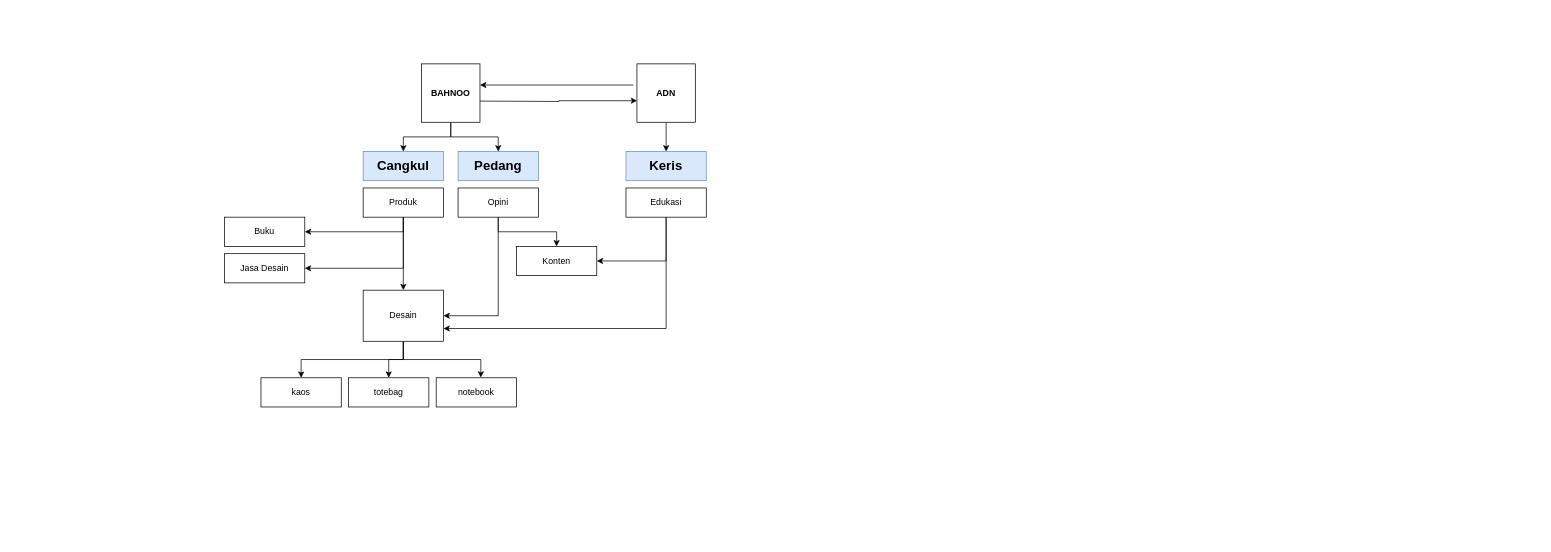
Above: Mind Map.drawio in Bahnoodamar/ADN (draw.io), before the change. Source tidied: cells renumbered, new cells numbered last; positions are measured from the earlier drawing's top-left corner, leaving out a move shared by most shapes. Both pictures are drawn from the tidied source at 73%, with x=0, y=0 at pixel (224, 64).
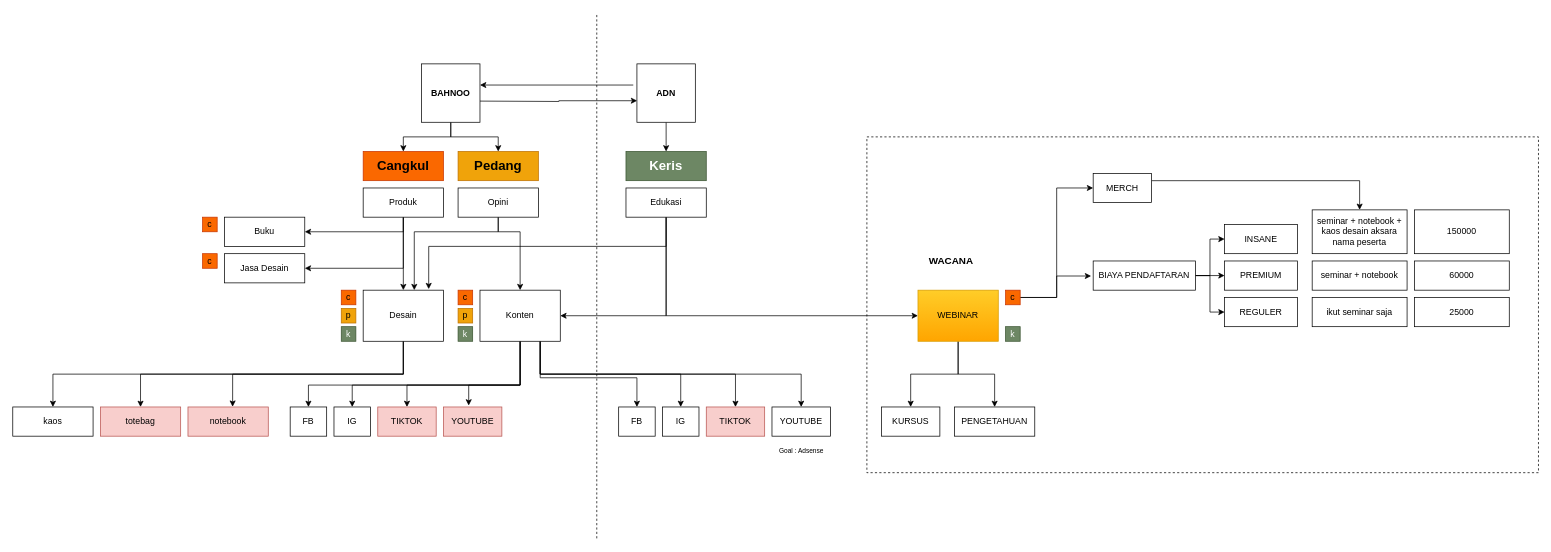
The same page after the edit.

The change refers to these unchanged cells:
```xml
<mxCell id="14" value="Edukasi" style="rounded=0;whiteSpace=wrap;html=1;" parent="1" vertex="1">
  <mxGeometry x="550" y="170" width="110" height="40" as="geometry" />
</mxCell>
<mxCell id="17" value="Opini" style="rounded=0;whiteSpace=wrap;html=1;" parent="1" vertex="1">
  <mxGeometry x="320" y="170" width="110" height="40" as="geometry" />
</mxCell>
<mxCell id="25" value="Desain" style="rounded=0;whiteSpace=wrap;html=1;" parent="1" vertex="1">
  <mxGeometry x="190" y="310" width="110" height="70" as="geometry" />
</mxCell>
```

The edit, as a diff of the source:
```diff
@@
+    <mxCell id="32" style="rounded=0;whiteSpace=wrap;html=1;strokeWidth=1;fontSize=9;fillColor=none;dashed=1;" parent="1" vertex="1">
+      <mxGeometry x="880" y="100" width="920" height="460" as="geometry" />
+    </mxCell>
@@
-    <mxCell id="9" value="&lt;h2&gt;Cangkul&lt;/h2&gt;" style="rounded=0;whiteSpace=wrap;html=1;fillColor=#dae8fc;strokeColor=#6c8ebf;" parent="1" vertex="1">
+    <mxCell id="9" value="&lt;h2&gt;Cangkul&lt;/h2&gt;" style="rounded=0;whiteSpace=wrap;html=1;fillColor=#fa6800;strokeColor=#C73500;fontColor=#000000;" parent="1" vertex="1">
       <mxGeometry x="190" y="120" width="110" height="40" as="geometry" />
     </mxCell>
-    <mxCell id="10" value="&lt;h2&gt;Pedang&lt;/h2&gt;" style="rounded=0;whiteSpace=wrap;html=1;fillColor=#dae8fc;strokeColor=#6c8ebf;" parent="1" vertex="1">
+    <mxCell id="10" value="&lt;h2&gt;Pedang&lt;/h2&gt;" style="rounded=0;whiteSpace=wrap;html=1;fillColor=#f0a30a;strokeColor=#BD7000;fontColor=#000000;" parent="1" vertex="1">
       <mxGeometry x="320" y="120" width="110" height="40" as="geometry" />
     </mxCell>
-    <mxCell id="11" value="&lt;h2&gt;Keris&lt;/h2&gt;" style="rounded=0;whiteSpace=wrap;html=1;fillColor=#dae8fc;strokeColor=#6c8ebf;" parent="1" vertex="1">
+    <mxCell id="11" value="&lt;h2&gt;Keris&lt;/h2&gt;" style="rounded=0;whiteSpace=wrap;html=1;fillColor=#6d8764;strokeColor=#3A5431;fontColor=#ffffff;" parent="1" vertex="1">
       <mxGeometry x="550" y="120" width="110" height="40" as="geometry" />
     </mxCell>
@@
-    <mxCell id="13" style="edgeStyle=orthogonalEdgeStyle;rounded=0;jettySize=auto;html=1;exitX=0.5;exitY=1;exitDx=0;exitDy=0;entryX=1;entryY=0.75;entryDx=0;entryDy=0;" parent="1" edge="1" source="14" target="25">
-      <mxGeometry relative="1" as="geometry" />
+    <mxCell id="13" style="edgeStyle=orthogonalEdgeStyle;rounded=0;jettySize=auto;html=1;exitX=0.5;exitY=1;exitDx=0;exitDy=0;entryX=0.816;entryY=-0.02;entryDx=0;entryDy=0;entryPerimeter=0;" parent="1" edge="1" source="14" target="25">
+      <mxGeometry relative="1" as="geometry">
+        <Array as="points">
+          <mxPoint x="605" y="250" />
+          <mxPoint x="280" y="250" />
+        </Array>
+      </mxGeometry>
     </mxCell>
+    <mxCell id="33" style="edgeStyle=orthogonalEdgeStyle;rounded=0;jettySize=auto;html=1;exitX=0.5;exitY=1;exitDx=0;exitDy=0;entryX=0;entryY=0.5;entryDx=0;entryDy=0;fontSize=9;" parent="1" edge="1" source="14" target="62">
+      <mxGeometry relative="1" as="geometry" />
+    </mxCell>
@@
     <mxCell id="15" style="edgeStyle=orthogonalEdgeStyle;rounded=0;jettySize=auto;html=1;exitX=0.5;exitY=1;exitDx=0;exitDy=0;entryX=0.5;entryY=0;entryDx=0;entryDy=0;" parent="1" edge="1" source="17" target="28">
-      <mxGeometry relative="1" as="geometry" />
+      <mxGeometry relative="1" as="geometry">
+        <Array as="points">
+          <mxPoint x="375" y="230" />
+          <mxPoint x="405" y="230" />
+        </Array>
+      </mxGeometry>
     </mxCell>
-    <mxCell id="16" style="edgeStyle=orthogonalEdgeStyle;rounded=0;jettySize=auto;html=1;exitX=0.5;exitY=1;exitDx=0;exitDy=0;entryX=1;entryY=0.5;entryDx=0;entryDy=0;" parent="1" edge="1" source="17" target="25">
-      <mxGeometry relative="1" as="geometry" />
+    <mxCell id="16" style="edgeStyle=orthogonalEdgeStyle;rounded=0;jettySize=auto;html=1;exitX=0.5;exitY=1;exitDx=0;exitDy=0;" parent="1" edge="1" source="17" target="25">
+      <mxGeometry relative="1" as="geometry">
+        <Array as="points">
+          <mxPoint x="375" y="230" />
+          <mxPoint x="260" y="230" />
+        </Array>
+      </mxGeometry>
     </mxCell>
@@
+    <mxCell id="34" style="edgeStyle=orthogonalEdgeStyle;rounded=0;jettySize=auto;html=1;exitX=0.5;exitY=1;exitDx=0;exitDy=0;entryX=0.5;entryY=0;entryDx=0;entryDy=0;" parent="1" edge="1" source="28" target="47">
+      <mxGeometry relative="1" as="geometry">
+        <Array as="points">
+          <mxPoint x="405" y="440" />
+          <mxPoint x="115" y="440" />
+        </Array>
+      </mxGeometry>
+    </mxCell>
+    <mxCell id="35" style="edgeStyle=orthogonalEdgeStyle;rounded=0;jettySize=auto;html=1;exitX=0.5;exitY=1;exitDx=0;exitDy=0;entryX=0.5;entryY=0;entryDx=0;entryDy=0;" parent="1" edge="1" source="28" target="48">
+      <mxGeometry relative="1" as="geometry">
+        <Array as="points">
+          <mxPoint x="405" y="440" />
+          <mxPoint x="175" y="440" />
+        </Array>
+      </mxGeometry>
+    </mxCell>
+    <mxCell id="36" style="edgeStyle=orthogonalEdgeStyle;rounded=0;jettySize=auto;html=1;exitX=0.5;exitY=1;exitDx=0;exitDy=0;entryX=0.5;entryY=0;entryDx=0;entryDy=0;" parent="1" edge="1" source="28" target="50">
+      <mxGeometry relative="1" as="geometry">
+        <Array as="points">
+          <mxPoint x="405" y="440" />
+          <mxPoint x="250" y="440" />
+        </Array>
+      </mxGeometry>
+    </mxCell>
+    <mxCell id="37" style="edgeStyle=orthogonalEdgeStyle;rounded=0;jettySize=auto;html=1;exitX=0.5;exitY=1;exitDx=0;exitDy=0;entryX=0.432;entryY=-0.05;entryDx=0;entryDy=0;entryPerimeter=0;" parent="1" edge="1" source="28" target="49">
+      <mxGeometry relative="1" as="geometry">
+        <Array as="points">
+          <mxPoint x="405" y="440" />
+          <mxPoint x="335" y="440" />
+        </Array>
+      </mxGeometry>
+    </mxCell>
+    <mxCell id="38" style="edgeStyle=orthogonalEdgeStyle;rounded=0;jettySize=auto;html=1;exitX=0.75;exitY=1;exitDx=0;exitDy=0;entryX=0.5;entryY=0;entryDx=0;entryDy=0;fontSize=9;" parent="1" edge="1" source="28" target="51">
+      <mxGeometry relative="1" as="geometry">
+        <Array as="points">
+          <mxPoint x="433" y="430" />
+          <mxPoint x="565" y="430" />
+        </Array>
+      </mxGeometry>
+    </mxCell>
+    <mxCell id="39" style="edgeStyle=orthogonalEdgeStyle;rounded=0;jettySize=auto;html=1;exitX=0.75;exitY=1;exitDx=0;exitDy=0;fontSize=9;" parent="1" edge="1" source="28" target="52">
+      <mxGeometry relative="1" as="geometry" />
+    </mxCell>
+    <mxCell id="40" style="edgeStyle=orthogonalEdgeStyle;rounded=0;jettySize=auto;html=1;exitX=0.75;exitY=1;exitDx=0;exitDy=0;entryX=0.5;entryY=0;entryDx=0;entryDy=0;fontSize=9;" parent="1" edge="1" source="28" target="54">
+      <mxGeometry relative="1" as="geometry" />
+    </mxCell>
+    <mxCell id="41" style="edgeStyle=orthogonalEdgeStyle;rounded=0;jettySize=auto;html=1;exitX=0.75;exitY=1;exitDx=0;exitDy=0;entryX=0.5;entryY=0;entryDx=0;entryDy=0;fontSize=9;" parent="1" edge="1" source="28" target="53">
+      <mxGeometry relative="1" as="geometry" />
+    </mxCell>
     <mxCell id="28" value="Konten" style="rounded=0;whiteSpace=wrap;html=1;" parent="1" vertex="1">
-      <mxGeometry x="400" y="250" width="110" height="40" as="geometry" />
+      <mxGeometry x="350" y="310" width="110" height="70" as="geometry" />
     </mxCell>
     <mxCell id="29" value="kaos" style="rounded=0;whiteSpace=wrap;html=1;" parent="1" vertex="1">
-      <mxGeometry x="50" y="430" width="110" height="40" as="geometry" />
+      <mxGeometry x="-290" y="470" width="110" height="40" as="geometry" />
     </mxCell>
-    <mxCell id="30" value="totebag" style="rounded=0;whiteSpace=wrap;html=1;" parent="1" vertex="1">
-      <mxGeometry x="170" y="430" width="110" height="40" as="geometry" />
+    <mxCell id="30" value="totebag" style="rounded=0;whiteSpace=wrap;html=1;fillColor=#f8cecc;strokeColor=#b85450;" parent="1" vertex="1">
+      <mxGeometry x="-170" y="470" width="110" height="40" as="geometry" />
     </mxCell>
-    <mxCell id="31" value="notebook" style="rounded=0;whiteSpace=wrap;html=1;" parent="1" vertex="1">
-      <mxGeometry x="290" y="430" width="110" height="40" as="geometry" />
+    <mxCell id="31" value="notebook" style="rounded=0;whiteSpace=wrap;html=1;fillColor=#f8cecc;strokeColor=#b85450;" parent="1" vertex="1">
+      <mxGeometry x="-50" y="470" width="110" height="40" as="geometry" />
     </mxCell>
+    <mxCell id="42" value="c" style="rounded=0;whiteSpace=wrap;html=1;fillColor=#fa6800;strokeColor=#C73500;fontColor=#000000;" parent="1" vertex="1">
+      <mxGeometry x="-30" y="210" width="20" height="20" as="geometry" />
+    </mxCell>
+    <mxCell id="43" value="c" style="rounded=0;whiteSpace=wrap;html=1;fillColor=#fa6800;strokeColor=#C73500;fontColor=#000000;" parent="1" vertex="1">
+      <mxGeometry x="-30" y="260" width="20" height="20" as="geometry" />
+    </mxCell>
+    <mxCell id="44" value="c" style="rounded=0;whiteSpace=wrap;html=1;fillColor=#fa6800;strokeColor=#C73500;fontColor=#000000;" parent="1" vertex="1">
+      <mxGeometry x="160" y="310" width="20" height="20" as="geometry" />
+    </mxCell>
+    <mxCell id="45" value="p" style="rounded=0;whiteSpace=wrap;html=1;fillColor=#f0a30a;strokeColor=#BD7000;fontColor=#000000;" parent="1" vertex="1">
+      <mxGeometry x="160" y="335" width="20" height="20" as="geometry" />
+    </mxCell>
+    <mxCell id="46" value="k" style="rounded=0;whiteSpace=wrap;html=1;fillColor=#6d8764;strokeColor=#3A5431;fontColor=#ffffff;" parent="1" vertex="1">
+      <mxGeometry x="160" y="360" width="20" height="20" as="geometry" />
+    </mxCell>
+    <mxCell id="47" value="FB" style="rounded=0;whiteSpace=wrap;html=1;" parent="1" vertex="1">
+      <mxGeometry x="90" y="470" width="50" height="40" as="geometry" />
+    </mxCell>
+    <mxCell id="48" value="IG" style="rounded=0;whiteSpace=wrap;html=1;" parent="1" vertex="1">
+      <mxGeometry x="150" y="470" width="50" height="40" as="geometry" />
+    </mxCell>
+    <mxCell id="49" value="YOUTUBE" style="rounded=0;whiteSpace=wrap;html=1;fillColor=#f8cecc;strokeColor=#b85450;" parent="1" vertex="1">
+      <mxGeometry x="300" y="470" width="80" height="40" as="geometry" />
+    </mxCell>
+    <mxCell id="50" value="&lt;div&gt;TIKTOK&lt;/div&gt;" style="rounded=0;whiteSpace=wrap;html=1;fillColor=#f8cecc;strokeColor=#b85450;" parent="1" vertex="1">
+      <mxGeometry x="210" y="470" width="80" height="40" as="geometry" />
+    </mxCell>
+    <mxCell id="51" value="FB" style="rounded=0;whiteSpace=wrap;html=1;" parent="1" vertex="1">
+      <mxGeometry x="540" y="470" width="50" height="40" as="geometry" />
+    </mxCell>
+    <mxCell id="52" value="IG" style="rounded=0;whiteSpace=wrap;html=1;" parent="1" vertex="1">
+      <mxGeometry x="600" y="470" width="50" height="40" as="geometry" />
+    </mxCell>
+    <mxCell id="53" value="YOUTUBE" style="rounded=0;whiteSpace=wrap;html=1;" parent="1" vertex="1">
+      <mxGeometry x="750" y="470" width="80" height="40" as="geometry" />
+    </mxCell>
+    <mxCell id="54" value="&lt;div&gt;TIKTOK&lt;/div&gt;" style="rounded=0;whiteSpace=wrap;html=1;fillColor=#f8cecc;strokeColor=#b85450;" parent="1" vertex="1">
+      <mxGeometry x="660" y="470" width="80" height="40" as="geometry" />
+    </mxCell>
+    <mxCell id="55" style="endArrow=none;dashed=1;html=1;rounded=0;" parent="1" edge="1">
+      <mxGeometry relative="1" as="geometry">
+        <mxPoint x="510" y="650" as="sourcePoint" />
+        <mxPoint x="510" y="-70" as="targetPoint" />
+      </mxGeometry>
+    </mxCell>
+    <mxCell id="56" value="c" style="rounded=0;whiteSpace=wrap;html=1;fillColor=#fa6800;strokeColor=#C73500;fontColor=#000000;" parent="1" vertex="1">
+      <mxGeometry x="320" y="310" width="20" height="20" as="geometry" />
+    </mxCell>
+    <mxCell id="57" value="p" style="rounded=0;whiteSpace=wrap;html=1;fillColor=#f0a30a;strokeColor=#BD7000;fontColor=#000000;" parent="1" vertex="1">
+      <mxGeometry x="320" y="335" width="20" height="20" as="geometry" />
+    </mxCell>
+    <mxCell id="58" value="k" style="rounded=0;whiteSpace=wrap;html=1;fillColor=#6d8764;strokeColor=#3A5431;fontColor=#ffffff;" parent="1" vertex="1">
+      <mxGeometry x="320" y="360" width="20" height="20" as="geometry" />
+    </mxCell>
+    <mxCell id="59" value="&lt;font style=&quot;font-size: 9px;&quot;&gt;Goal : Adsense&lt;/font&gt;" style="text;html=1;align=center;verticalAlign=middle;strokeColor=none;fillColor=none;fontSize=8;" parent="1" vertex="1">
+      <mxGeometry x="745" y="520" width="90" height="20" as="geometry" />
+    </mxCell>
+    <mxCell id="60" style="edgeStyle=orthogonalEdgeStyle;rounded=0;jettySize=auto;html=1;exitX=0.5;exitY=1;exitDx=0;exitDy=0;entryX=0.5;entryY=0;entryDx=0;entryDy=0;fontSize=9;" parent="1" edge="1" source="62" target="69">
+      <mxGeometry relative="1" as="geometry" />
+    </mxCell>
+    <mxCell id="61" style="edgeStyle=orthogonalEdgeStyle;rounded=0;jettySize=auto;html=1;exitX=0.5;exitY=1;exitDx=0;exitDy=0;entryX=0.5;entryY=0;entryDx=0;entryDy=0;fontSize=9;" parent="1" edge="1" source="62" target="63">
+      <mxGeometry relative="1" as="geometry" />
+    </mxCell>
+    <mxCell id="62" value="WEBINAR" style="rounded=0;whiteSpace=wrap;html=1;fillColor=#ffcd28;gradientColor=#ffa500;strokeColor=#d79b00;" parent="1" vertex="1">
+      <mxGeometry x="950" y="310" width="110" height="70" as="geometry" />
+    </mxCell>
+    <mxCell id="63" value="PENGETAHUAN" style="rounded=0;whiteSpace=wrap;html=1;" parent="1" vertex="1">
+      <mxGeometry x="1000" y="470" width="110" height="40" as="geometry" />
+    </mxCell>
+    <mxCell id="64" value="&lt;h2&gt;WACANA&lt;/h2&gt;" style="text;html=1;align=center;verticalAlign=middle;strokeColor=none;fillColor=none;fontSize=9;fontStyle=1;" parent="1" vertex="1">
+      <mxGeometry x="955" y="245" width="80" height="50" as="geometry" />
+    </mxCell>
+    <mxCell id="65" style="edgeStyle=orthogonalEdgeStyle;rounded=0;jettySize=auto;html=1;exitX=1;exitY=0.5;exitDx=0;exitDy=0;entryX=-0.02;entryY=0.515;entryDx=0;entryDy=0;entryPerimeter=0;fontSize=9;" parent="1" edge="1" source="67" target="73">
+      <mxGeometry relative="1" as="geometry" />
+    </mxCell>
+    <mxCell id="66" style="edgeStyle=orthogonalEdgeStyle;rounded=0;jettySize=auto;html=1;exitX=1;exitY=0.5;exitDx=0;exitDy=0;entryX=0;entryY=0.5;entryDx=0;entryDy=0;fontSize=9;" parent="1" edge="1" source="67" target="75">
+      <mxGeometry relative="1" as="geometry" />
+    </mxCell>
+    <mxCell id="67" value="c" style="rounded=0;whiteSpace=wrap;html=1;fillColor=#fa6800;strokeColor=#C73500;fontColor=#000000;" parent="1" vertex="1">
+      <mxGeometry x="1070" y="310" width="20" height="20" as="geometry" />
+    </mxCell>
+    <mxCell id="68" value="k" style="rounded=0;whiteSpace=wrap;html=1;fillColor=#6d8764;strokeColor=#3A5431;fontColor=#ffffff;" parent="1" vertex="1">
+      <mxGeometry x="1070" y="360" width="20" height="20" as="geometry" />
+    </mxCell>
+    <mxCell id="69" value="KURSUS" style="rounded=0;whiteSpace=wrap;html=1;" parent="1" vertex="1">
+      <mxGeometry x="900" y="470" width="80" height="40" as="geometry" />
+    </mxCell>
+    <mxCell id="70" style="edgeStyle=orthogonalEdgeStyle;rounded=0;jettySize=auto;html=1;exitX=1;exitY=0.5;exitDx=0;exitDy=0;entryX=0;entryY=0.5;entryDx=0;entryDy=0;fontSize=9;" parent="1" edge="1" source="73" target="76">
+      <mxGeometry relative="1" as="geometry" />
+    </mxCell>
+    <mxCell id="71" style="edgeStyle=orthogonalEdgeStyle;rounded=0;jettySize=auto;html=1;exitX=1;exitY=0.5;exitDx=0;exitDy=0;entryX=0;entryY=0.5;entryDx=0;entryDy=0;fontSize=9;" parent="1" edge="1" source="73" target="77">
+      <mxGeometry relative="1" as="geometry" />
+    </mxCell>
+    <mxCell id="72" style="edgeStyle=orthogonalEdgeStyle;rounded=0;jettySize=auto;html=1;exitX=1;exitY=0.5;exitDx=0;exitDy=0;entryX=0;entryY=0.5;entryDx=0;entryDy=0;fontSize=9;" parent="1" edge="1" source="73" target="78">
+      <mxGeometry relative="1" as="geometry" />
+    </mxCell>
+    <mxCell id="73" value="BIAYA PENDAFTARAN" style="rounded=0;whiteSpace=wrap;html=1;" parent="1" vertex="1">
+      <mxGeometry x="1190" y="270" width="140" height="40" as="geometry" />
+    </mxCell>
+    <mxCell id="74" style="edgeStyle=orthogonalEdgeStyle;rounded=0;jettySize=auto;html=1;exitX=1;exitY=0.25;exitDx=0;exitDy=0;entryX=0.5;entryY=0;entryDx=0;entryDy=0;fontSize=9;" parent="1" edge="1" source="75" target="81">
+      <mxGeometry relative="1" as="geometry" />
+    </mxCell>
+    <mxCell id="75" value="MERCH" style="rounded=0;whiteSpace=wrap;html=1;" parent="1" vertex="1">
+      <mxGeometry x="1190" y="150" width="80" height="40" as="geometry" />
+    </mxCell>
+    <mxCell id="76" value="PREMIUM" style="rounded=0;whiteSpace=wrap;html=1;" parent="1" vertex="1">
+      <mxGeometry x="1370" y="270" width="100" height="40" as="geometry" />
+    </mxCell>
+    <mxCell id="77" value="REGULER" style="rounded=0;whiteSpace=wrap;html=1;" parent="1" vertex="1">
+      <mxGeometry x="1370" y="320" width="100" height="40" as="geometry" />
+    </mxCell>
+    <mxCell id="78" value="INSANE" style="rounded=0;whiteSpace=wrap;html=1;" parent="1" vertex="1">
+      <mxGeometry x="1370" y="220" width="100" height="40" as="geometry" />
+    </mxCell>
+    <mxCell id="79" value="ikut seminar saja" style="rounded=0;whiteSpace=wrap;html=1;" parent="1" vertex="1">
+      <mxGeometry x="1490" y="320" width="130" height="40" as="geometry" />
+    </mxCell>
+    <mxCell id="80" value="seminar + notebook" style="rounded=0;whiteSpace=wrap;html=1;" parent="1" vertex="1">
+      <mxGeometry x="1490" y="270" width="130" height="40" as="geometry" />
+    </mxCell>
+    <mxCell id="81" value="seminar + notebook + kaos desain aksara nama peserta" style="rounded=0;whiteSpace=wrap;html=1;" parent="1" vertex="1">
+      <mxGeometry x="1490" y="200" width="130" height="60" as="geometry" />
+    </mxCell>
+    <mxCell id="82" value="&lt;div&gt;150000&lt;/div&gt;" style="rounded=0;whiteSpace=wrap;html=1;" parent="1" vertex="1">
+      <mxGeometry x="1630" y="200" width="130" height="60" as="geometry" />
+    </mxCell>
+    <mxCell id="83" value="&lt;div&gt;60000&lt;/div&gt;" style="rounded=0;whiteSpace=wrap;html=1;" parent="1" vertex="1">
+      <mxGeometry x="1630" y="270" width="130" height="40" as="geometry" />
+    </mxCell>
+    <mxCell id="84" value="25000" style="rounded=0;whiteSpace=wrap;html=1;" parent="1" vertex="1">
+      <mxGeometry x="1630" y="320" width="130" height="40" as="geometry" />
+    </mxCell>
```
